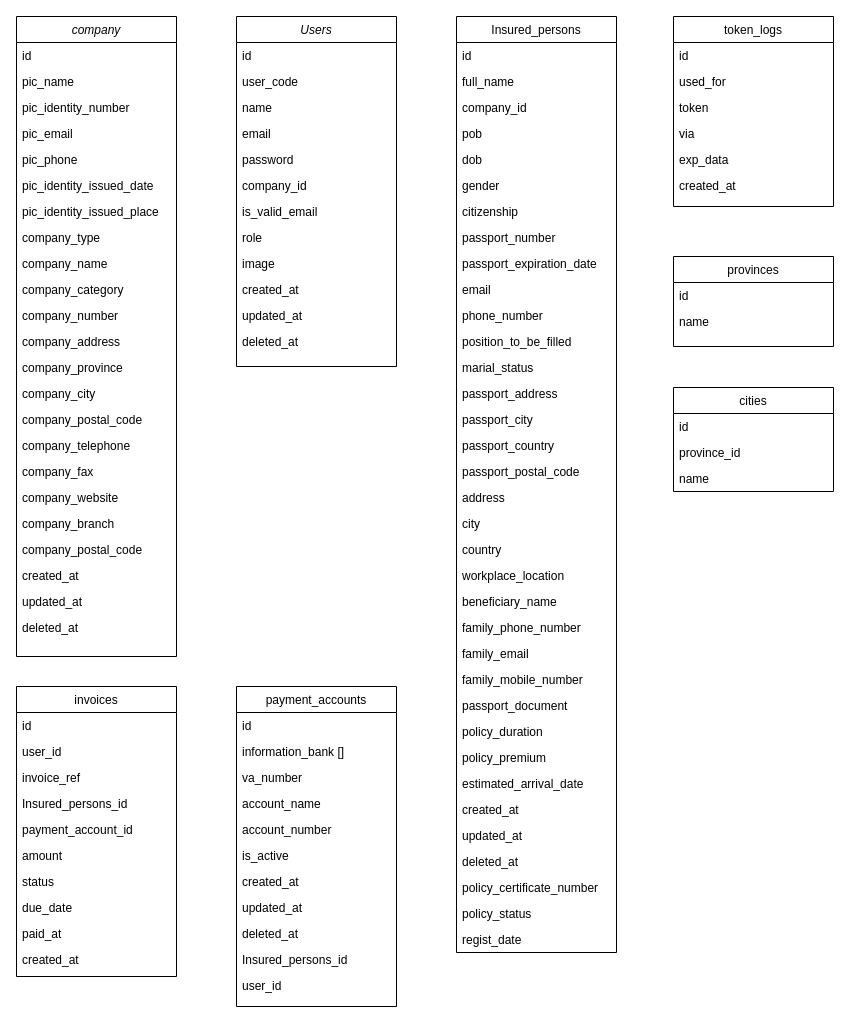
Before: Untitled Diagram.drawio in Adamyr159/Workshop, a draw.io diagram. Source tidied: cells renumbered, new cells numbered last; positions are measured from the earlier drawing's top-left corner, leaving out a move shared by most shapes. Both pictures are drawn from the tidied source at 100%, with x=0, y=0 at pixel (16, 16).
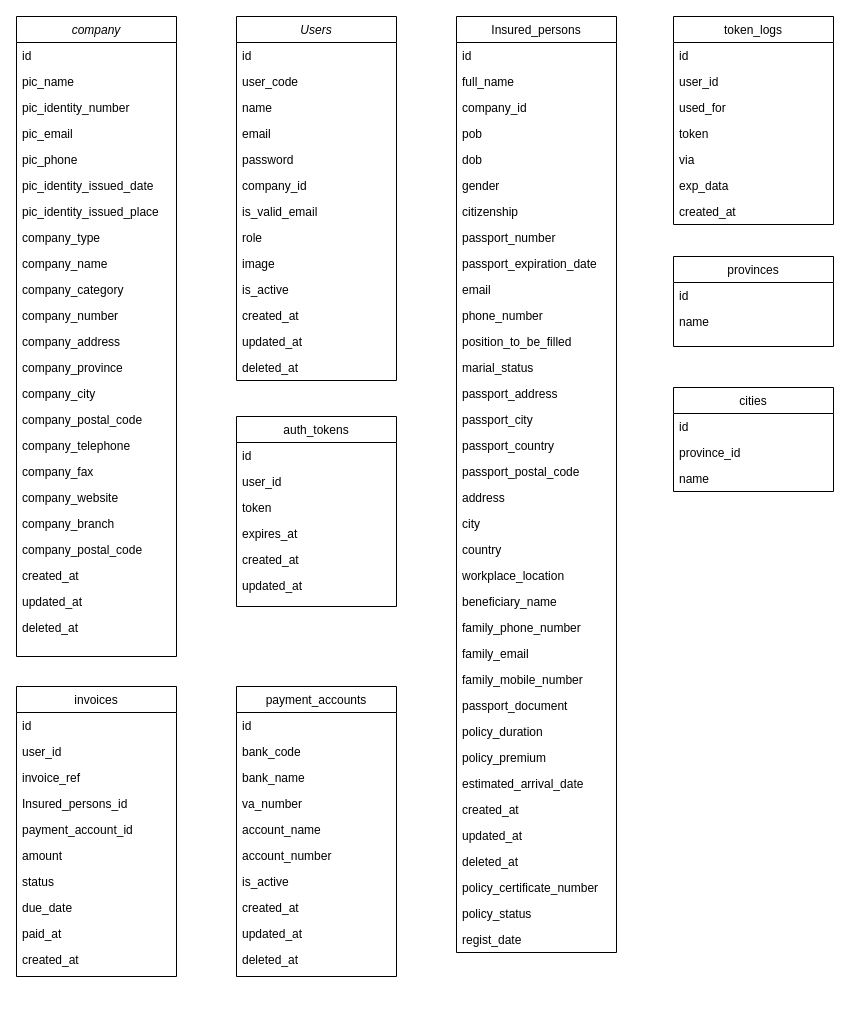
The same page after the edit.

The edit, as a diff of the source:
```diff
@@
     <mxCell id="2" value="Users" style="swimlane;fontStyle=2;align=center;verticalAlign=top;horizontal=1;startSize=26;rounded=0;shadow=0;strokeWidth=1;" parent="1" vertex="1">
-      <mxGeometry x="220" width="160" height="350" as="geometry" />
+      <mxGeometry x="220" width="160" height="364" as="geometry" />
     </mxCell>
@@
+    <mxCell id="112" value="is_active" style="text;align=left;verticalAlign=top;spacingLeft=4;spacingRight=4;overflow=hidden;rounded=0;shadow=0;html=0;" parent="2" vertex="1">
+      <mxGeometry y="260" width="160" height="26" as="geometry" />
+    </mxCell>
     <mxCell id="12" value="created_at" style="text;align=left;verticalAlign=top;spacingLeft=4;spacingRight=4;overflow=hidden;rounded=0;shadow=0;html=0;" parent="2" vertex="1">
-      <mxGeometry y="260" width="160" height="26" as="geometry" />
+      <mxGeometry y="286" width="160" height="26" as="geometry" />
     </mxCell>
     <mxCell id="13" value="updated_at" style="text;align=left;verticalAlign=top;spacingLeft=4;spacingRight=4;overflow=hidden;rounded=0;shadow=0;html=0;" parent="2" vertex="1">
-      <mxGeometry y="286" width="160" height="26" as="geometry" />
+      <mxGeometry y="312" width="160" height="26" as="geometry" />
     </mxCell>
     <mxCell id="14" value="deleted_at" style="text;align=left;verticalAlign=top;spacingLeft=4;spacingRight=4;overflow=hidden;rounded=0;shadow=0;html=0;" parent="2" vertex="1">
-      <mxGeometry y="312" width="160" height="26" as="geometry" />
+      <mxGeometry y="338" width="160" height="26" as="geometry" />
     </mxCell>
@@
     <mxCell id="51" value="token_logs" style="swimlane;fontStyle=0;align=center;verticalAlign=top;horizontal=1;startSize=26;rounded=0;shadow=0;strokeWidth=1;" parent="1" vertex="1">
-      <mxGeometry x="657" width="160" height="190" as="geometry" />
+      <mxGeometry x="657" width="160" height="208" as="geometry" />
     </mxCell>
@@
-    <mxCell id="53" value="used_for" style="text;align=left;verticalAlign=top;spacingLeft=4;spacingRight=4;overflow=hidden;" parent="51" vertex="1">
+    <mxCell id="53" value="user_id" style="text;align=left;verticalAlign=top;spacingLeft=4;spacingRight=4;overflow=hidden;" parent="51" vertex="1">
       <mxGeometry y="52" width="160" height="26" as="geometry" />
     </mxCell>
+    <mxCell id="113" value="used_for" style="text;align=left;verticalAlign=top;spacingLeft=4;spacingRight=4;overflow=hidden;" parent="51" vertex="1">
+      <mxGeometry y="78" width="160" height="26" as="geometry" />
+    </mxCell>
     <mxCell id="54" value="token" style="text;align=left;verticalAlign=top;spacingLeft=4;spacingRight=4;overflow=hidden;" parent="51" vertex="1">
-      <mxGeometry y="78" width="160" height="26" as="geometry" />
+      <mxGeometry y="104" width="160" height="26" as="geometry" />
     </mxCell>
     <mxCell id="55" value="via" style="text;align=left;verticalAlign=top;spacingLeft=4;spacingRight=4;overflow=hidden;" parent="51" vertex="1">
-      <mxGeometry y="104" width="160" height="26" as="geometry" />
+      <mxGeometry y="130" width="160" height="26" as="geometry" />
     </mxCell>
     <mxCell id="56" value="exp_data" style="text;align=left;verticalAlign=top;spacingLeft=4;spacingRight=4;overflow=hidden;" parent="51" vertex="1">
-      <mxGeometry y="130" width="160" height="26" as="geometry" />
+      <mxGeometry y="156" width="160" height="26" as="geometry" />
     </mxCell>
     <mxCell id="57" value="created_at" style="text;align=left;verticalAlign=top;spacingLeft=4;spacingRight=4;overflow=hidden;" parent="51" vertex="1">
-      <mxGeometry y="156" width="160" height="26" as="geometry" />
+      <mxGeometry y="182" width="160" height="26" as="geometry" />
     </mxCell>
     <mxCell id="58" value="payment_accounts" style="swimlane;fontStyle=0;align=center;verticalAlign=top;horizontal=1;startSize=26;rounded=0;shadow=0;strokeWidth=1;" parent="1" vertex="1">
-      <mxGeometry x="220" y="670" width="160" height="320" as="geometry" />
+      <mxGeometry x="220" y="670" width="160" height="290" as="geometry" />
     </mxCell>
@@
+    <mxCell id="114" value="bank_code" style="text;align=left;verticalAlign=top;spacingLeft=4;spacingRight=4;overflow=hidden;" parent="58" vertex="1">
+      <mxGeometry y="52" width="160" height="26" as="geometry" />
+    </mxCell>
-    <mxCell id="60" value="information_bank []" style="text;align=left;verticalAlign=top;spacingLeft=4;spacingRight=4;overflow=hidden;" parent="58" vertex="1">
-      <mxGeometry y="52" width="160" height="26" as="geometry" />
+    <mxCell id="60" value="bank_name" style="text;align=left;verticalAlign=top;spacingLeft=4;spacingRight=4;overflow=hidden;" parent="58" vertex="1">
+      <mxGeometry y="78" width="160" height="26" as="geometry" />
     </mxCell>
     <mxCell id="61" value="va_number" style="text;align=left;verticalAlign=top;spacingLeft=4;spacingRight=4;overflow=hidden;" parent="58" vertex="1">
-      <mxGeometry y="78" width="160" height="26" as="geometry" />
+      <mxGeometry y="104" width="160" height="26" as="geometry" />
     </mxCell>
     <mxCell id="62" value="account_name" style="text;align=left;verticalAlign=top;spacingLeft=4;spacingRight=4;overflow=hidden;" parent="58" vertex="1">
-      <mxGeometry y="104" width="160" height="26" as="geometry" />
+      <mxGeometry y="130" width="160" height="26" as="geometry" />
     </mxCell>
     <mxCell id="63" value="account_number " style="text;align=left;verticalAlign=top;spacingLeft=4;spacingRight=4;overflow=hidden;" parent="58" vertex="1">
-      <mxGeometry y="130" width="160" height="26" as="geometry" />
+      <mxGeometry y="156" width="160" height="26" as="geometry" />
     </mxCell>
     <mxCell id="64" value="is_active " style="text;align=left;verticalAlign=top;spacingLeft=4;spacingRight=4;overflow=hidden;" parent="58" vertex="1">
-      <mxGeometry y="156" width="160" height="26" as="geometry" />
+      <mxGeometry y="182" width="160" height="26" as="geometry" />
     </mxCell>
     <mxCell id="65" value="created_at" style="text;align=left;verticalAlign=top;spacingLeft=4;spacingRight=4;overflow=hidden;" parent="58" vertex="1">
-      <mxGeometry y="182" width="160" height="26" as="geometry" />
+      <mxGeometry y="208" width="160" height="26" as="geometry" />
     </mxCell>
     <mxCell id="66" value="updated_at" style="text;align=left;verticalAlign=top;spacingLeft=4;spacingRight=4;overflow=hidden;" parent="58" vertex="1">
-      <mxGeometry y="208" width="160" height="26" as="geometry" />
+      <mxGeometry y="234" width="160" height="26" as="geometry" />
     </mxCell>
     <mxCell id="67" value="deleted_at" style="text;align=left;verticalAlign=top;spacingLeft=4;spacingRight=4;overflow=hidden;" parent="58" vertex="1">
-      <mxGeometry y="234" width="160" height="26" as="geometry" />
+      <mxGeometry y="260" width="160" height="26" as="geometry" />
     </mxCell>
-    <mxCell id="68" value="Insured_persons_id" style="text;align=left;verticalAlign=top;spacingLeft=4;spacingRight=4;overflow=hidden;" parent="58" vertex="1">
-      <mxGeometry y="260" width="160" height="26" as="geometry" />
-    </mxCell>
-    <mxCell id="69" value="user_id" style="text;align=left;verticalAlign=top;spacingLeft=4;spacingRight=4;overflow=hidden;" parent="58" vertex="1">
-      <mxGeometry y="286" width="160" height="26" as="geometry" />
-    </mxCell>
@@
+    <mxCell id="115" value="auth_tokens" style="swimlane;fontStyle=0;align=center;verticalAlign=top;horizontal=1;startSize=26;rounded=0;shadow=0;strokeWidth=1;" parent="1" vertex="1">
+      <mxGeometry x="220" y="400" width="160" height="190" as="geometry" />
+    </mxCell>
+    <mxCell id="116" value="id" style="text;align=left;verticalAlign=top;spacingLeft=4;spacingRight=4;overflow=hidden;" parent="115" vertex="1">
+      <mxGeometry y="26" width="160" height="26" as="geometry" />
+    </mxCell>
+    <mxCell id="69" value="user_id" style="text;align=left;verticalAlign=top;spacingLeft=4;spacingRight=4;overflow=hidden;" parent="115" vertex="1">
+      <mxGeometry y="52" width="160" height="26" as="geometry" />
+    </mxCell>
+    <mxCell id="117" value="token" style="text;align=left;verticalAlign=top;spacingLeft=4;spacingRight=4;overflow=hidden;" parent="115" vertex="1">
+      <mxGeometry y="78" width="160" height="26" as="geometry" />
+    </mxCell>
+    <mxCell id="118" value="expires_at" style="text;align=left;verticalAlign=top;spacingLeft=4;spacingRight=4;overflow=hidden;" parent="115" vertex="1">
+      <mxGeometry y="104" width="160" height="26" as="geometry" />
+    </mxCell>
+    <mxCell id="119" value="created_at" style="text;align=left;verticalAlign=top;spacingLeft=4;spacingRight=4;overflow=hidden;" parent="115" vertex="1">
+      <mxGeometry y="130" width="160" height="26" as="geometry" />
+    </mxCell>
+    <mxCell id="120" value="updated_at" style="text;align=left;verticalAlign=top;spacingLeft=4;spacingRight=4;overflow=hidden;" parent="115" vertex="1">
+      <mxGeometry y="156" width="160" height="26" as="geometry" />
+    </mxCell>
```
